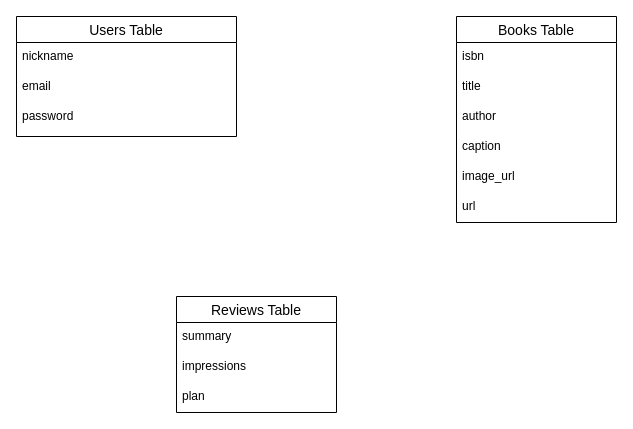
mikiyaaa/BookWorm keeps this draw.io diagram as BookWorm.dio. Above is the earlier version. Source tidied: cells renumbered, new cells numbered last; positions are measured from the earlier drawing's top-left corner, leaving out a move shared by most shapes. Both pictures are drawn from the tidied source at 100%, with x=0, y=0 at pixel (16, 16).
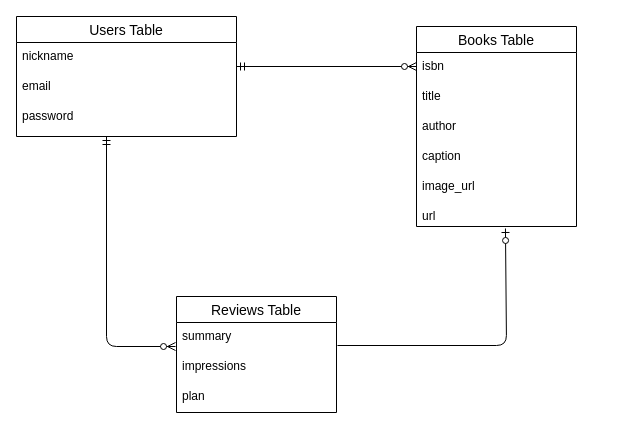
Above is the later version.

Unchanged cells that the change refers to:
```xml
<mxCell id="14" value="summary" style="text;strokeColor=none;fillColor=none;spacingLeft=4;spacingRight=4;overflow=hidden;points=[[0,0.5],[1,0.5]];portConstraint=eastwest;fontSize=12;" parent="13" vertex="1">
  <mxGeometry y="26" width="160" height="30" as="geometry" />
</mxCell>
```

The edit, as a diff of the source:
```diff
@@
     <mxCell id="6" value="Books Table" style="swimlane;fontStyle=0;horizontal=1;startSize=26;align=center;fontSize=14;" parent="1" vertex="1">
-      <mxGeometry x="440" width="160" height="206" as="geometry" />
+      <mxGeometry x="400" y="10" width="160" height="200" as="geometry" />
     </mxCell>
@@
     <mxCell id="12" value="url" style="text;strokeColor=none;fillColor=none;spacingLeft=4;spacingRight=4;overflow=hidden;points=[[0,0.5],[1,0.5]];portConstraint=eastwest;fontSize=12;" parent="6" vertex="1">
-      <mxGeometry y="176" width="160" height="30" as="geometry" />
+      <mxGeometry y="176" width="160" height="24" as="geometry" />
     </mxCell>
@@
+    <mxCell id="17" style="fontSize=12;html=1;endArrow=ERzeroToMany;startArrow=ERmandOne;" parent="1" edge="1">
+      <mxGeometry relative="1" as="geometry">
+        <mxPoint x="220" y="50" as="sourcePoint" />
+        <mxPoint x="400" y="50" as="targetPoint" />
+      </mxGeometry>
+    </mxCell>
+    <mxCell id="18" style="fontSize=12;html=1;endArrow=ERzeroToMany;startArrow=ERmandOne;entryX=-0.006;entryY=0.8;entryDx=0;entryDy=0;entryPerimeter=0;" parent="1" edge="1" target="14">
+      <mxGeometry relative="1" as="geometry">
+        <mxPoint x="90" y="120" as="sourcePoint" />
+        <Array as="points">
+          <mxPoint x="90" y="330" />
+        </Array>
+      </mxGeometry>
+    </mxCell>
+    <mxCell id="19" style="fontSize=12;html=1;endArrow=ERzeroToOne;endFill=1;exitX=1.006;exitY=0.767;exitDx=0;exitDy=0;exitPerimeter=0;entryX=0.556;entryY=1.083;entryDx=0;entryDy=0;entryPerimeter=0;" parent="1" edge="1" source="14" target="12">
+      <mxGeometry relative="1" as="geometry">
+        <Array as="points">
+          <mxPoint x="490" y="329" />
+        </Array>
+      </mxGeometry>
+    </mxCell>
```
